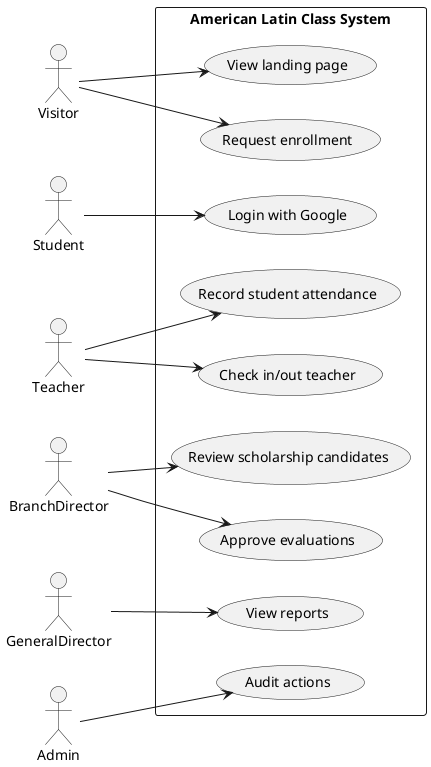
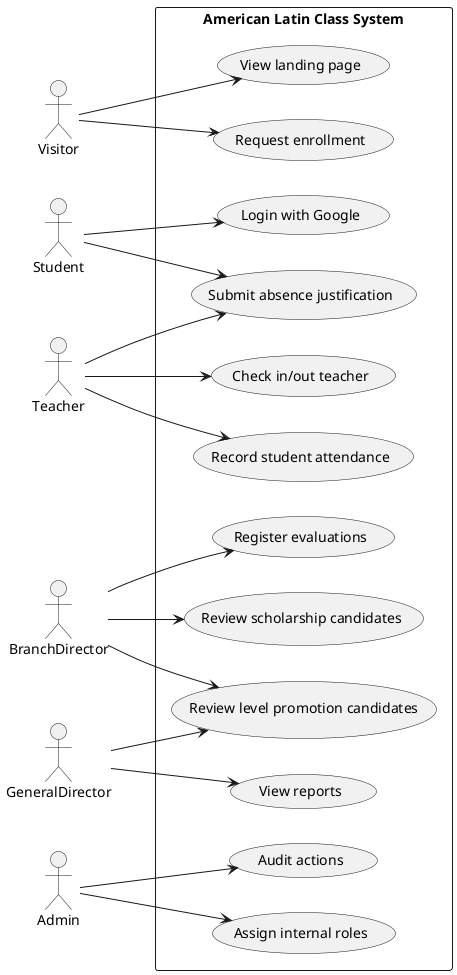
@startuml
left to right direction
actor Visitor
actor Student
actor Teacher
actor BranchDirector
actor GeneralDirector
actor Admin
rectangle "American Latin Class System" {
  usecase "View landing page" as U1
  usecase "Request enrollment" as U2
  usecase "Login with Google" as U3
  usecase "Record student attendance" as U4
  usecase "Check in/out teacher" as U5
  usecase "Review scholarship candidates" as U6
-   usecase "Approve evaluations" as U7
+   usecase "Register evaluations" as U7
  usecase "View reports" as U8
  usecase "Audit actions" as U9
+   usecase "Submit absence justification" as U10
+   usecase "Review level promotion candidates" as U11
+   usecase "Assign internal roles" as U12
}
Visitor --> U1
Visitor --> U2
Student --> U3
+ Student --> U10
Teacher --> U4
Teacher --> U5
+ Teacher --> U10
BranchDirector --> U6
BranchDirector --> U7
+ BranchDirector --> U11
GeneralDirector --> U8
+ GeneralDirector --> U11
Admin --> U9
+ Admin --> U12
@enduml
